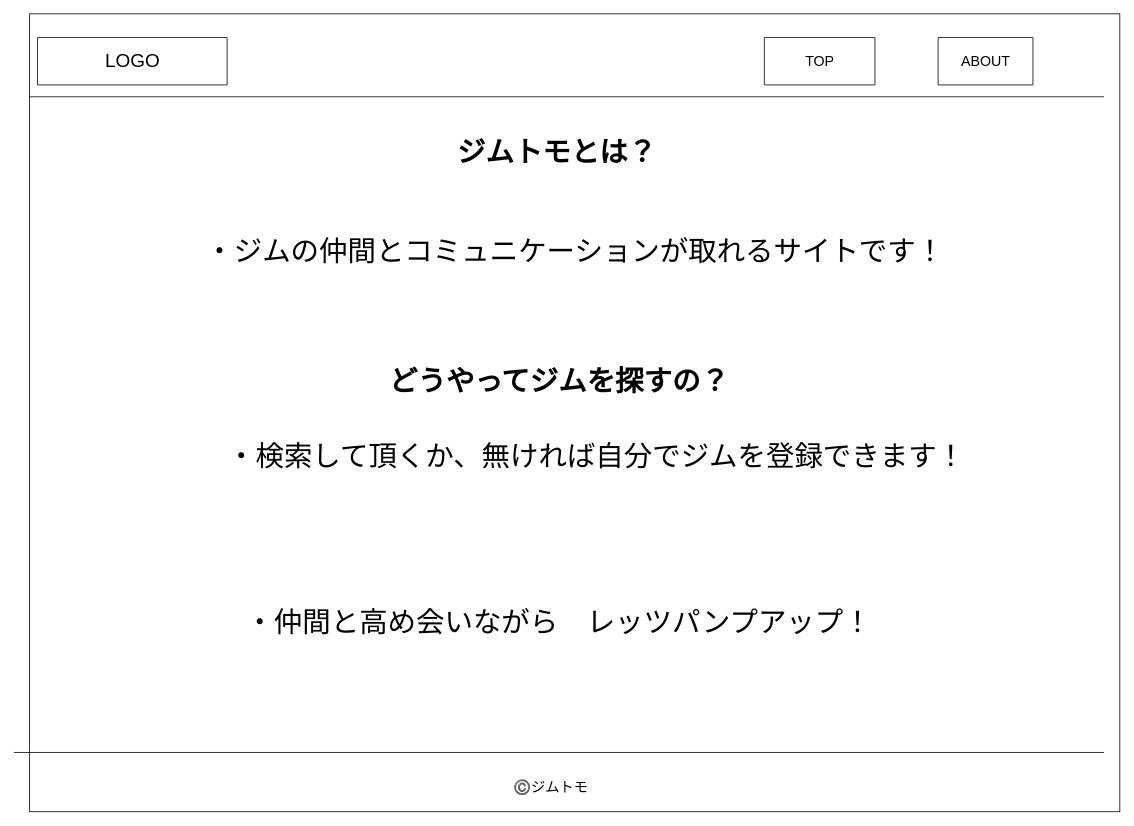
This is page "アバウト" (2 of 6) of 名称未設定ファイル.drawio from 74905/kintore_app, a draw.io file, before an edit. Source tidied: cells renumbered, new cells numbered last; positions are measured from the earlier drawing's top-left corner, leaving out a move shared by most shapes. Both pictures are drawn from the tidied source at 79%, with x=0, y=0 at pixel (13, 13).
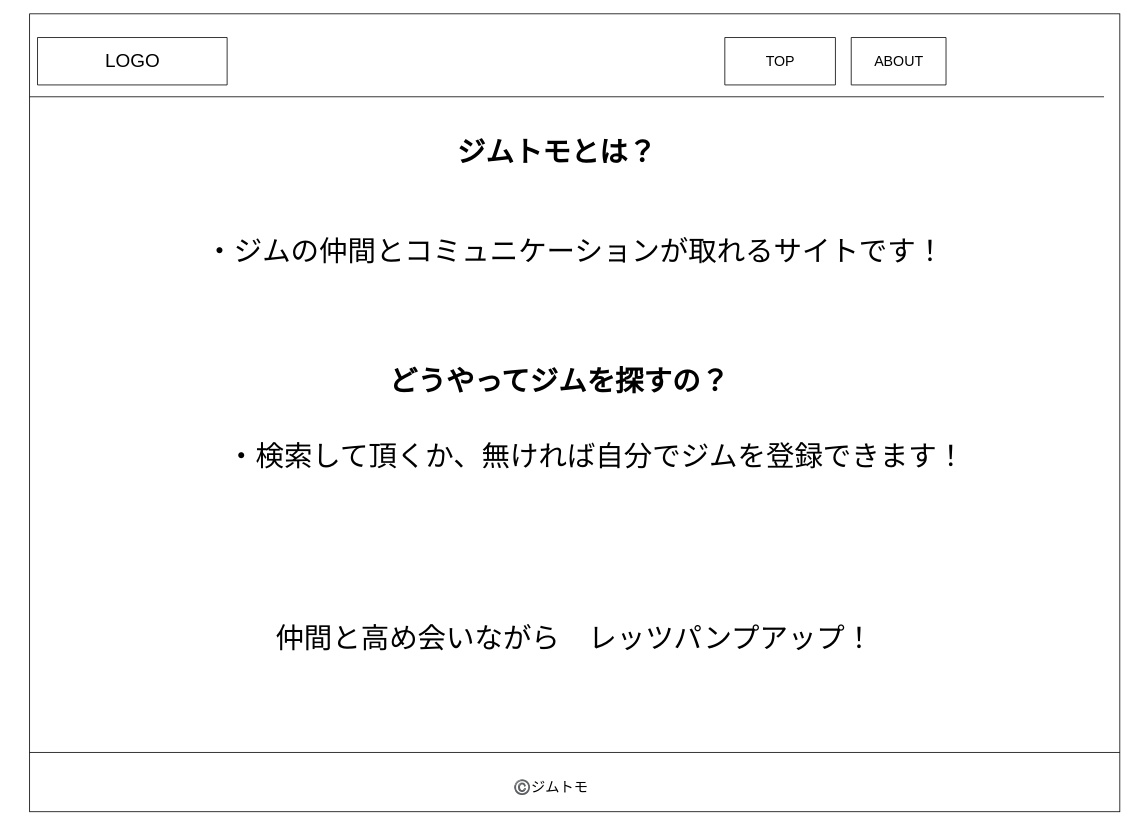
After the change.

The edit, as a diff of the source:
```diff
@@
 <mxGraphModel>
   <root>
     <mxCell id="0" />
     <mxCell id="1" parent="0" />
     <mxCell id="2" style="rounded=0;whiteSpace=wrap;html=1;fillColor=none;" parent="1" vertex="1">
       <mxGeometry x="20" width="1380" height="1010" as="geometry" />
     </mxCell>
     <mxCell id="3" value="&lt;font style=&quot;font-size: 24px&quot;&gt;LOGO&lt;/font&gt;" style="verticalLabelPosition=middle;verticalAlign=middle;html=1;shape=mxgraph.basic.rect;fillColor2=none;strokeWidth=1;size=20;indent=5;align=center;labelPosition=center;" parent="1" vertex="1">
       <mxGeometry x="30" y="30" width="240" height="60" as="geometry" />
     </mxCell>
     <mxCell id="4" style="line;strokeWidth=1;dashed=0;labelPosition=right;align=left;verticalAlign=middle;spacingTop=0;spacingLeft=6;fillColor=none;" parent="1" vertex="1">
       <mxGeometry x="20" y="100" width="1360" height="10" as="geometry" />
     </mxCell>
     <mxCell id="5" value="&lt;font style=&quot;font-size: 18px&quot;&gt;TOP&lt;/font&gt;" style="verticalLabelPosition=middle;verticalAlign=middle;html=1;shape=mxgraph.basic.rect;fillColor2=none;strokeWidth=1;size=20;indent=5;fillColor=#ffffff;align=center;labelPosition=center;" parent="1" vertex="1">
-      <mxGeometry x="950" y="30" width="140" height="60" as="geometry" />
+      <mxGeometry x="900" y="30" width="140" height="60" as="geometry" />
     </mxCell>
     <mxCell id="6" value="&lt;font style=&quot;font-size: 18px&quot;&gt;ABOUT&lt;/font&gt;" style="verticalLabelPosition=middle;verticalAlign=middle;html=1;shape=mxgraph.basic.rect;fillColor2=none;strokeWidth=1;size=20;indent=5;fillColor=#ffffff;align=center;labelPosition=center;" parent="1" vertex="1">
-      <mxGeometry x="1170" y="30" width="120" height="60" as="geometry" />
+      <mxGeometry x="1060" y="30" width="120" height="60" as="geometry" />
     </mxCell>
     <mxCell id="7" style="line;strokeWidth=1;dashed=0;labelPosition=right;align=left;verticalAlign=middle;spacingTop=0;spacingLeft=6;fillColor=none;" parent="1" vertex="1">
-      <mxGeometry y="930" width="1380" height="10" as="geometry" />
+      <mxGeometry x="20" y="930" width="1380" height="10" as="geometry" />
     </mxCell>
     <mxCell id="8" value="&lt;font style=&quot;font-size: 18px&quot;&gt;©️ジムトモ&lt;/font&gt;" style="text;html=1;strokeColor=none;fillColor=none;align=center;verticalAlign=middle;whiteSpace=wrap;rounded=0;" parent="1" vertex="1">
       <mxGeometry x="620" y="970" width="120" height="20" as="geometry" />
     </mxCell>
     <mxCell id="9" value="&lt;font style=&quot;font-size: 36px&quot;&gt;ジムトモとは？&lt;/font&gt;" style="text;strokeColor=none;fillColor=none;html=1;fontSize=24;fontStyle=1;verticalAlign=middle;align=center;" parent="1" vertex="1">
       <mxGeometry x="582" y="160" width="210" height="30" as="geometry" />
     </mxCell>
     <mxCell id="10" value="&lt;font style=&quot;font-size: 36px&quot;&gt;・ジムの仲間とコミュニケーションが取れるサイトです！&lt;/font&gt;" style="text;html=1;strokeColor=none;fillColor=none;align=center;verticalAlign=middle;whiteSpace=wrap;rounded=0;" parent="1" vertex="1">
       <mxGeometry x="222.5" y="290" width="975" height="20" as="geometry" />
     </mxCell>
     <mxCell id="11" value="&lt;font style=&quot;font-size: 36px&quot;&gt;・検索して頂くか、無ければ自分でジムを登録できます！&lt;/font&gt;" style="text;html=1;strokeColor=none;fillColor=none;align=center;verticalAlign=middle;whiteSpace=wrap;rounded=0;" parent="1" vertex="1">
       <mxGeometry x="235" y="550" width="1005" height="20" as="geometry" />
     </mxCell>
-    <mxCell id="12" value="&lt;font style=&quot;font-size: 36px&quot;&gt;・仲間と高め会いながら　レッツパンプアップ！&lt;/font&gt;" style="text;html=1;strokeColor=none;fillColor=none;align=center;verticalAlign=middle;whiteSpace=wrap;rounded=0;" parent="1" vertex="1">
-      <mxGeometry x="250" y="760" width="880" height="20" as="geometry" />
+    <mxCell id="12" value="&lt;font style=&quot;font-size: 36px&quot;&gt;仲間と高め会いながら　レッツパンプアップ！&lt;/font&gt;" style="text;html=1;strokeColor=none;fillColor=none;align=center;verticalAlign=middle;whiteSpace=wrap;rounded=0;" parent="1" vertex="1">
+      <mxGeometry x="270" y="780" width="880" height="20" as="geometry" />
     </mxCell>
     <mxCell id="13" value="&lt;font style=&quot;font-size: 36px&quot;&gt;どうやってジムを探すの？&lt;/font&gt;" style="text;strokeColor=none;fillColor=none;html=1;fontSize=24;fontStyle=1;verticalAlign=middle;align=center;" parent="1" vertex="1">
       <mxGeometry x="525" y="450" width="330" height="30" as="geometry" />
     </mxCell>
   </root>
 </mxGraphModel>
```
